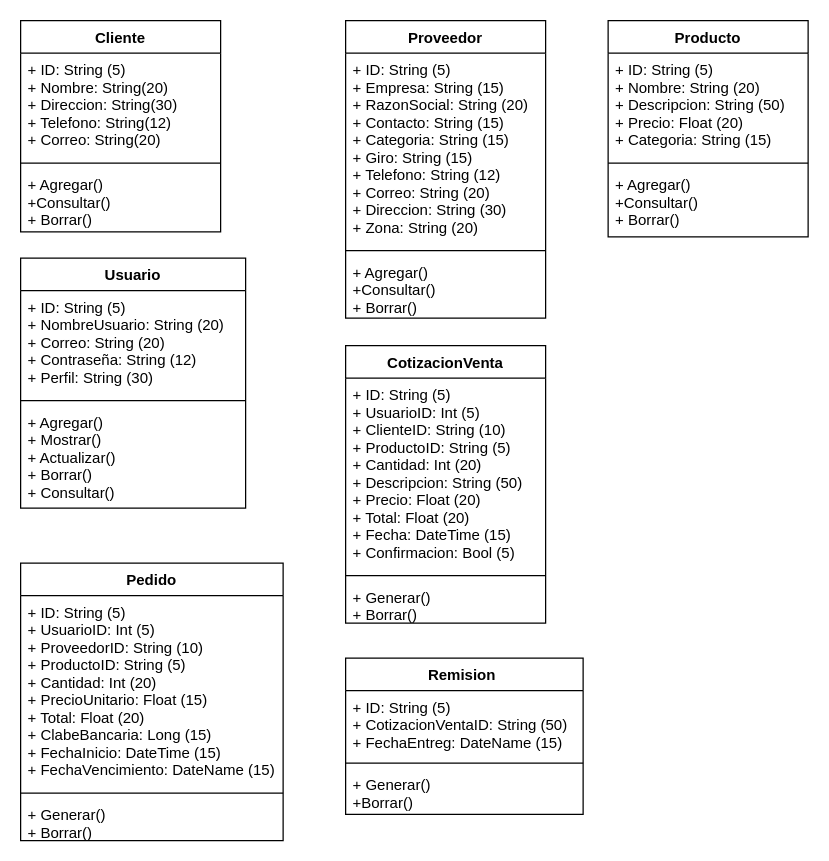
KAI1718/clase keeps this draw.io diagram as diagrama de clases.drawio. Above is the earlier version. Source tidied: cells renumbered, new cells numbered last; positions are measured from the earlier drawing's top-left corner, leaving out a move shared by most shapes. Both pictures are drawn from the tidied source at 125%, with x=0, y=0 at pixel (20, 20).
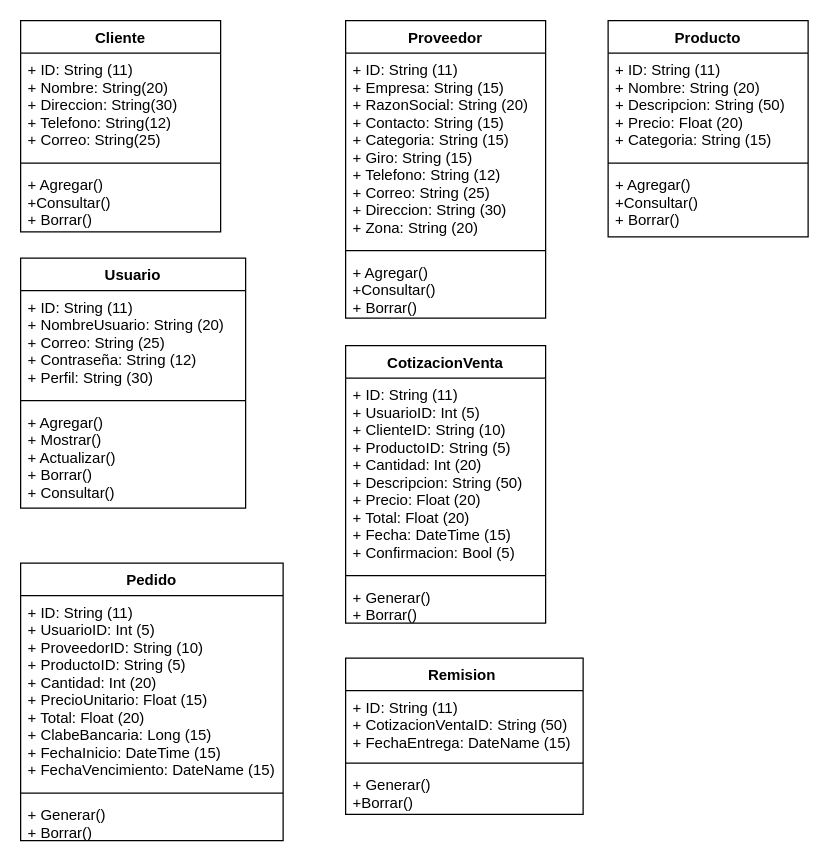
After the change.

Unchanged cells that the change refers to:
```xml
<mxCell id="2" value="Cliente" style="swimlane;fontStyle=1;align=center;verticalAlign=top;horizontal=1;startSize=26;" parent="1" vertex="1">
  <mxGeometry width="160" height="169" as="geometry" />
</mxCell>
<mxCell id="6" value="CotizacionVenta" style="swimlane;fontStyle=1;align=center;verticalAlign=top;horizontal=1;startSize=26;" parent="1" vertex="1">
  <mxGeometry x="260" y="260" width="160" height="222" as="geometry" />
</mxCell>
<mxCell id="10" value="Pedido" style="swimlane;fontStyle=1;align=center;verticalAlign=top;horizontal=1;startSize=26;" parent="1" vertex="1">
  <mxGeometry y="434" width="210" height="222" as="geometry" />
</mxCell>
<mxCell id="14" value="Producto" style="swimlane;fontStyle=1;align=center;verticalAlign=top;horizontal=1;startSize=26;" parent="1" vertex="1">
  <mxGeometry x="470" width="160" height="173" as="geometry" />
</mxCell>
<mxCell id="18" value="Proveedor" style="swimlane;fontStyle=1;align=center;verticalAlign=top;horizontal=1;startSize=26;" parent="1" vertex="1">
  <mxGeometry x="260" width="160" height="238" as="geometry" />
</mxCell>
<mxCell id="22" value="Remision " style="swimlane;fontStyle=1;align=center;verticalAlign=top;horizontal=1;startSize=26;" parent="1" vertex="1">
  <mxGeometry x="260" y="510" width="190" height="125" as="geometry" />
</mxCell>
<mxCell id="26" value="Usuario" style="swimlane;fontStyle=1;align=center;verticalAlign=top;horizontal=1;startSize=26;" parent="1" vertex="1">
  <mxGeometry y="190" width="180" height="200" as="geometry" />
</mxCell>
```

What changed in the source:
```diff
@@
-    <mxCell id="3" value="+ ID: String (5)&#10;+ Nombre: String(20)&#10;+ Direccion: String(30)&#10;+ Telefono: String(12)&#10;+ Correo: String(20)" style="text;strokeColor=none;fillColor=none;align=left;verticalAlign=top;spacingLeft=4;spacingRight=4;overflow=hidden;" parent="2" vertex="1">
+    <mxCell id="3" value="+ ID: String (11)&#10;+ Nombre: String(20)&#10;+ Direccion: String(30)&#10;+ Telefono: String(12)&#10;+ Correo: String(25)" style="text;strokeColor=none;fillColor=none;align=left;verticalAlign=top;spacingLeft=4;spacingRight=4;overflow=hidden;" parent="2" vertex="1">
       <mxGeometry y="26" width="160" height="84" as="geometry" />
     </mxCell>
@@
-    <mxCell id="7" value="+ ID: String (5)&#10;+ UsuarioID: Int (5)&#10;+ ClienteID: String (10)&#10;+ ProductoID: String (5)&#10;+ Cantidad: Int (20)&#10;+ Descripcion: String (50)&#10;+ Precio: Float (20)&#10;+ Total: Float (20)&#10;+ Fecha: DateTime (15)&#10;+ Confirmacion: Bool (5)" style="text;strokeColor=none;fillColor=none;align=left;verticalAlign=top;spacingLeft=4;spacingRight=4;overflow=hidden;" parent="6" vertex="1">
+    <mxCell id="7" value="+ ID: String (11)&#10;+ UsuarioID: Int (5)&#10;+ ClienteID: String (10)&#10;+ ProductoID: String (5)&#10;+ Cantidad: Int (20)&#10;+ Descripcion: String (50)&#10;+ Precio: Float (20)&#10;+ Total: Float (20)&#10;+ Fecha: DateTime (15)&#10;+ Confirmacion: Bool (5)" style="text;strokeColor=none;fillColor=none;align=left;verticalAlign=top;spacingLeft=4;spacingRight=4;overflow=hidden;" parent="6" vertex="1">
       <mxGeometry y="26" width="160" height="154" as="geometry" />
     </mxCell>
@@
-    <mxCell id="11" value="+ ID: String (5)&#10;+ UsuarioID: Int (5)&#10;+ ProveedorID: String (10)&#10;+ ProductoID: String (5)&#10;+ Cantidad: Int (20)&#10;+ PrecioUnitario: Float (15)&#10;+ Total: Float (20)&#10;+ ClabeBancaria: Long (15)&#10;+ FechaInicio: DateTime (15)&#10;+ FechaVencimiento: DateName (15)" style="text;strokeColor=none;fillColor=none;align=left;verticalAlign=top;spacingLeft=4;spacingRight=4;overflow=hidden;" parent="10" vertex="1">
+    <mxCell id="11" value="+ ID: String (11)&#10;+ UsuarioID: Int (5)&#10;+ ProveedorID: String (10)&#10;+ ProductoID: String (5)&#10;+ Cantidad: Int (20)&#10;+ PrecioUnitario: Float (15)&#10;+ Total: Float (20)&#10;+ ClabeBancaria: Long (15)&#10;+ FechaInicio: DateTime (15)&#10;+ FechaVencimiento: DateName (15)" style="text;strokeColor=none;fillColor=none;align=left;verticalAlign=top;spacingLeft=4;spacingRight=4;overflow=hidden;" parent="10" vertex="1">
       <mxGeometry y="26" width="210" height="154" as="geometry" />
     </mxCell>
@@
-    <mxCell id="15" value="+ ID: String (5)&#10;+ Nombre: String (20)&#10;+ Descripcion: String (50)&#10;+ Precio: Float (20)&#10;+ Categoria: String (15)" style="text;strokeColor=none;fillColor=none;align=left;verticalAlign=top;spacingLeft=4;spacingRight=4;overflow=hidden;" parent="14" vertex="1">
+    <mxCell id="15" value="+ ID: String (11)&#10;+ Nombre: String (20)&#10;+ Descripcion: String (50)&#10;+ Precio: Float (20)&#10;+ Categoria: String (15)" style="text;strokeColor=none;fillColor=none;align=left;verticalAlign=top;spacingLeft=4;spacingRight=4;overflow=hidden;" parent="14" vertex="1">
       <mxGeometry y="26" width="160" height="84" as="geometry" />
     </mxCell>
@@
-    <mxCell id="19" value="+ ID: String (5)&#10;+ Empresa: String (15)&#10;+ RazonSocial: String (20)&#10;+ Contacto: String (15)&#10;+ Categoria: String (15)&#10;+ Giro: String (15)&#10;+ Telefono: String (12)&#10;+ Correo: String (20)&#10;+ Direccion: String (30)&#10;+ Zona: String (20)&#10; " style="text;strokeColor=none;fillColor=none;align=left;verticalAlign=top;spacingLeft=4;spacingRight=4;overflow=hidden;" parent="18" vertex="1">
+    <mxCell id="19" value="+ ID: String (11)&#10;+ Empresa: String (15)&#10;+ RazonSocial: String (20)&#10;+ Contacto: String (15)&#10;+ Categoria: String (15)&#10;+ Giro: String (15)&#10;+ Telefono: String (12)&#10;+ Correo: String (25)&#10;+ Direccion: String (30)&#10;+ Zona: String (20)&#10; " style="text;strokeColor=none;fillColor=none;align=left;verticalAlign=top;spacingLeft=4;spacingRight=4;overflow=hidden;" parent="18" vertex="1">
       <mxGeometry y="26" width="160" height="154" as="geometry" />
     </mxCell>
@@
-    <mxCell id="23" value="+ ID: String (5)&#10;+ CotizacionVentaID: String (50)&#10;+ FechaEntreg: DateName (15)" style="text;strokeColor=none;fillColor=none;align=left;verticalAlign=top;spacingLeft=4;spacingRight=4;overflow=hidden;" parent="22" vertex="1">
+    <mxCell id="23" value="+ ID: String (11)&#10;+ CotizacionVentaID: String (50)&#10;+ FechaEntrega: DateName (15)" style="text;strokeColor=none;fillColor=none;align=left;verticalAlign=top;spacingLeft=4;spacingRight=4;overflow=hidden;" parent="22" vertex="1">
       <mxGeometry y="26" width="190" height="54" as="geometry" />
     </mxCell>
@@
-    <mxCell id="27" value="+ ID: String (5)&#10;+ NombreUsuario: String (20)&#10;+ Correo: String (20)&#10;+ Contraseña: String (12)&#10;+ Perfil: String (30)" style="text;strokeColor=none;fillColor=none;align=left;verticalAlign=top;spacingLeft=4;spacingRight=4;overflow=hidden;" parent="26" vertex="1">
+    <mxCell id="27" value="+ ID: String (11)&#10;+ NombreUsuario: String (20)&#10;+ Correo: String (25)&#10;+ Contraseña: String (12)&#10;+ Perfil: String (30)" style="text;strokeColor=none;fillColor=none;align=left;verticalAlign=top;spacingLeft=4;spacingRight=4;overflow=hidden;" parent="26" vertex="1">
       <mxGeometry y="26" width="180" height="84" as="geometry" />
     </mxCell>
```
